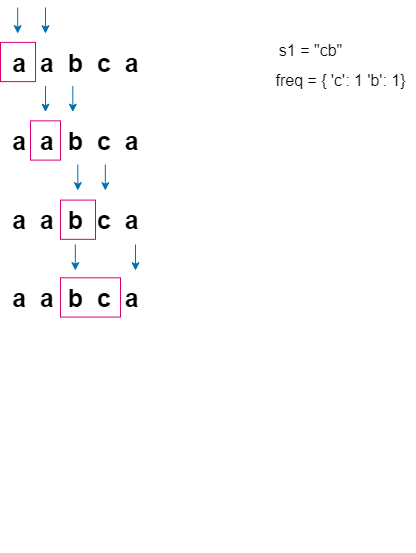
The draw.io diagram Neetcode150/img/PermutationInString.png in ashiven/leetcode-solutions, before a commit. Source tidied: cells renumbered, new cells last; positions are measured from the earlier drawing's top-left corner, leaving out a move shared by most shapes.
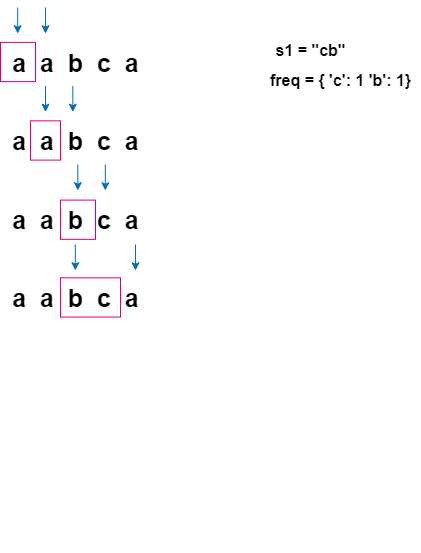
After the change.

Diff of the diagram source:
```diff
@@ -77,11 +77,11 @@
         <mxPoint x="74.8" y="263.1" as="targetPoint" />
       </mxGeometry>
     </mxCell>
-    <mxCell id="19" value="&lt;font style=&quot;font-size: 16px;&quot;&gt;s1 = &quot;cb&quot;&lt;/font&gt;" style="text;html=1;align=center;verticalAlign=middle;strokeColor=none;fillColor=none;" parent="1" vertex="1">
+    <mxCell id="19" value="&lt;font style=&quot;font-size: 16px;&quot;&gt;&lt;b&gt;s1 = &quot;cb&quot;&lt;/b&gt;&lt;/font&gt;" style="text;html=1;align=center;verticalAlign=middle;strokeColor=none;fillColor=none;" parent="1" vertex="1">
       <mxGeometry x="265" y="28" width="90" height="30" as="geometry" />
     </mxCell>
-    <mxCell id="20" value="&lt;font style=&quot;font-size: 16px;&quot;&gt;freq = { 'c': 1 'b': 1}&lt;/font&gt;" style="text;html=1;align=center;verticalAlign=middle;strokeColor=none;fillColor=none;" parent="1" vertex="1">
-      <mxGeometry x="265" y="58" width="150" height="30" as="geometry" />
+    <mxCell id="20" value="&lt;font style=&quot;font-size: 16px;&quot;&gt;&lt;b&gt;freq = { 'c': 1 'b': 1}&lt;/b&gt;&lt;/font&gt;" style="text;html=1;align=center;verticalAlign=middle;strokeColor=none;fillColor=none;" parent="1" vertex="1">
+      <mxGeometry x="260" y="58" width="160" height="30" as="geometry" />
     </mxCell>
   </root>
 </mxGraphModel>
```
